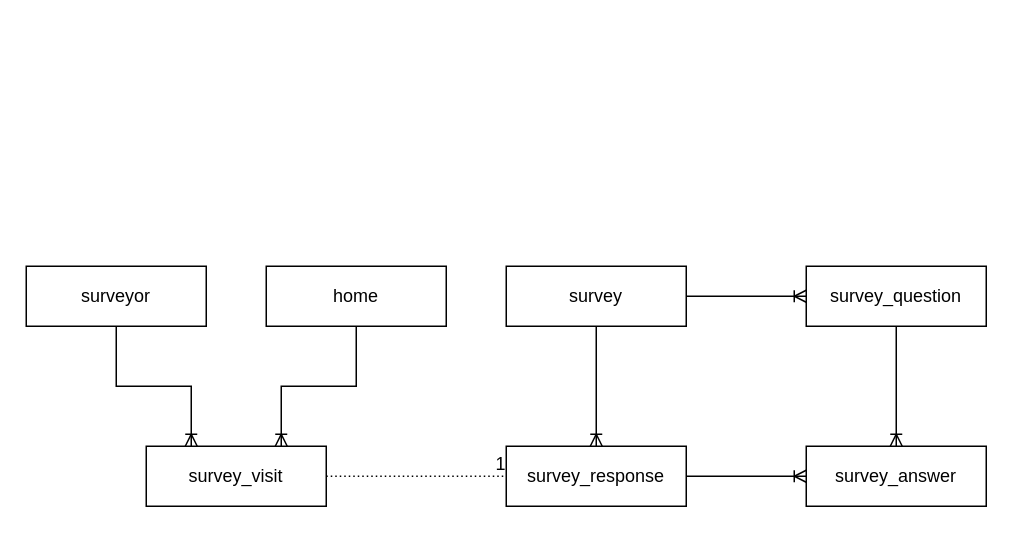
Above: backend/docs/figures/data-model.drawio in codeforboston/urban-league-heat-pump-accelerator (draw.io), before the change. Source tidied: cells renumbered, new cells numbered last; positions are measured from the earlier drawing's top-left corner, leaving out a move shared by most shapes. Both pictures are drawn from the tidied source at 150%, with x=0, y=0 at pixel (26, 266).
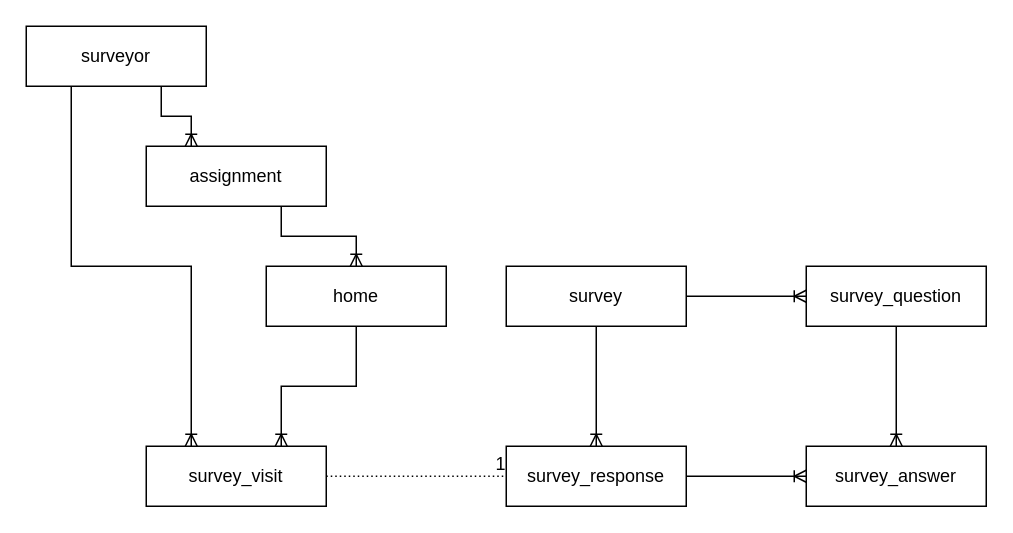
After the change.

Commit message (it also covers changes not shown here):
Update data model documentation

The edit, as a diff of the source:
```diff
@@
 <mxGraphModel>
   <root>
     <mxCell id="0" />
     <mxCell id="1" parent="0" />
     <mxCell id="2" value="survey" style="whiteSpace=wrap;html=1;align=center;" parent="1" vertex="1">
       <mxGeometry x="320" width="120" height="40" as="geometry" />
     </mxCell>
     <mxCell id="3" value="survey_question" style="whiteSpace=wrap;html=1;align=center;" parent="1" vertex="1">
       <mxGeometry x="520" width="120" height="40" as="geometry" />
     </mxCell>
     <mxCell id="4" value="survey_visit" style="whiteSpace=wrap;html=1;align=center;" parent="1" vertex="1">
       <mxGeometry x="80" y="120" width="120" height="40" as="geometry" />
     </mxCell>
     <mxCell id="5" style="edgeStyle=orthogonalEdgeStyle;rounded=0;jettySize=auto;html=1;entryX=0.75;entryY=0;entryDx=0;entryDy=0;strokeColor=default;endArrow=ERoneToMany;endFill=0;exitX=0.5;exitY=1;exitDx=0;exitDy=0;" parent="1" edge="1" source="16" target="4">
       <mxGeometry relative="1" as="geometry" />
     </mxCell>
     <mxCell id="6" value="survey_response" style="whiteSpace=wrap;html=1;align=center;" parent="1" vertex="1">
       <mxGeometry x="320" y="120" width="120" height="40" as="geometry" />
     </mxCell>
     <mxCell id="7" style="edgeStyle=orthogonalEdgeStyle;rounded=0;jettySize=auto;html=1;exitX=1;exitY=0.5;exitDx=0;exitDy=0;entryX=0;entryY=0.5;entryDx=0;entryDy=0;strokeColor=default;endArrow=ERoneToMany;endFill=0;" parent="1" edge="1" source="2" target="3">
       <mxGeometry relative="1" as="geometry" />
     </mxCell>
     <mxCell id="8" value="survey_answer" style="whiteSpace=wrap;html=1;align=center;" parent="1" vertex="1">
       <mxGeometry x="520" y="120" width="120" height="40" as="geometry" />
     </mxCell>
     <mxCell id="9" style="edgeStyle=orthogonalEdgeStyle;rounded=0;jettySize=auto;html=1;exitX=0.5;exitY=1;exitDx=0;exitDy=0;strokeColor=default;endArrow=ERoneToMany;endFill=0;entryX=0.5;entryY=0;entryDx=0;entryDy=0;" parent="1" edge="1" source="3" target="8">
       <mxGeometry relative="1" as="geometry" />
     </mxCell>
     <mxCell id="10" style="edgeStyle=orthogonalEdgeStyle;rounded=0;jettySize=auto;html=1;exitX=1;exitY=0.5;exitDx=0;exitDy=0;strokeColor=default;endArrow=ERoneToMany;endFill=0;entryX=0;entryY=0.5;entryDx=0;entryDy=0;" parent="1" edge="1" source="6" target="8">
       <mxGeometry relative="1" as="geometry" />
     </mxCell>
     <mxCell id="11" value="surveyor" style="whiteSpace=wrap;html=1;align=center;" parent="1" vertex="1">
-      <mxGeometry width="120" height="40" as="geometry" />
+      <mxGeometry y="-160" width="120" height="40" as="geometry" />
     </mxCell>
-    <mxCell id="12" style="edgeStyle=orthogonalEdgeStyle;rounded=0;jettySize=auto;html=1;exitX=0.5;exitY=1;exitDx=0;exitDy=0;entryX=0.25;entryY=0;entryDx=0;entryDy=0;strokeColor=default;endArrow=ERoneToMany;endFill=0;" parent="1" edge="1" source="11" target="4">
+    <mxCell id="12" style="edgeStyle=orthogonalEdgeStyle;rounded=0;jettySize=auto;html=1;exitX=0.25;exitY=1;exitDx=0;exitDy=0;entryX=0.25;entryY=0;entryDx=0;entryDy=0;strokeColor=default;endArrow=ERoneToMany;endFill=0;" parent="1" edge="1" source="11" target="4">
       <mxGeometry relative="1" as="geometry" />
     </mxCell>
     <mxCell id="13" style="edgeStyle=orthogonalEdgeStyle;rounded=0;jettySize=auto;html=1;exitX=0.5;exitY=1;exitDx=0;exitDy=0;strokeColor=default;endArrow=ERoneToMany;endFill=0;entryX=0.5;entryY=0;entryDx=0;entryDy=0;" parent="1" edge="1" source="2" target="6">
       <mxGeometry relative="1" as="geometry" />
     </mxCell>
     <mxCell id="14" style="endArrow=none;html=1;rounded=0;dashed=1;dashPattern=1 2;strokeColor=default;exitX=1;exitY=0.5;exitDx=0;exitDy=0;entryX=0;entryY=0.5;entryDx=0;entryDy=0;" parent="1" edge="1" source="4" target="6">
       <mxGeometry relative="1" as="geometry" />
     </mxCell>
     <mxCell id="15" value="1" style="html=1;align=right;verticalAlign=bottom;" parent="14" vertex="1">
       <mxGeometry x="1" relative="1" as="geometry" />
     </mxCell>
     <mxCell id="16" value="home" style="whiteSpace=wrap;html=1;align=center;" parent="1" vertex="1">
       <mxGeometry x="160" width="120" height="40" as="geometry" />
     </mxCell>
+    <mxCell id="17" value="assignment" style="whiteSpace=wrap;html=1;align=center;" parent="1" vertex="1">
+      <mxGeometry x="80" y="-80" width="120" height="40" as="geometry" />
+    </mxCell>
+    <mxCell id="18" style="edgeStyle=orthogonalEdgeStyle;rounded=0;jettySize=auto;html=1;entryX=0.25;entryY=0;entryDx=0;entryDy=0;strokeColor=default;endArrow=ERoneToMany;endFill=0;exitX=0.75;exitY=1;exitDx=0;exitDy=0;" parent="1" edge="1" source="11" target="17">
+      <mxGeometry relative="1" as="geometry" />
+    </mxCell>
+    <mxCell id="19" style="edgeStyle=orthogonalEdgeStyle;rounded=0;jettySize=auto;html=1;exitX=0.75;exitY=1;exitDx=0;exitDy=0;entryX=0.5;entryY=0;entryDx=0;entryDy=0;strokeColor=default;endArrow=ERoneToMany;endFill=0;" parent="1" edge="1" source="17" target="16">
+      <mxGeometry relative="1" as="geometry" />
+    </mxCell>
   </root>
 </mxGraphModel>
```
